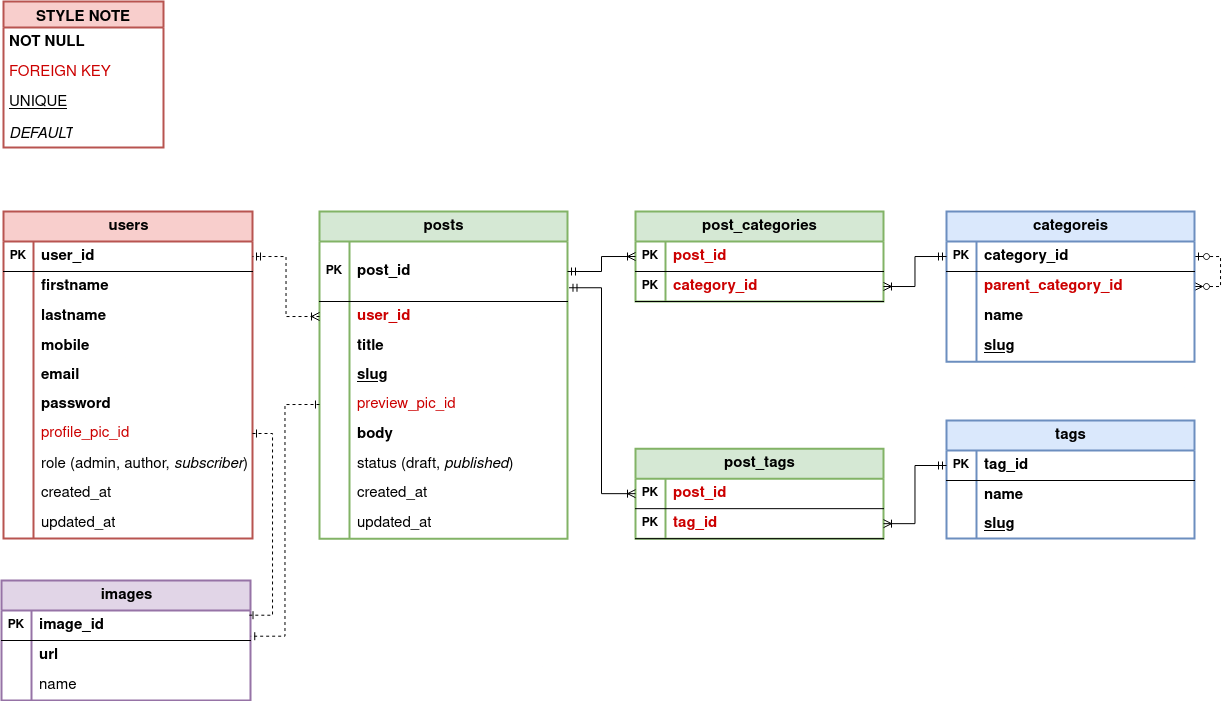
Earlier version of the draw.io export assets/rdm.png (ttasc/sgublogsite). Source tidied: cells renumbered, new cells last; positions are measured from the earlier drawing's top-left corner, leaving out a move shared by most shapes.
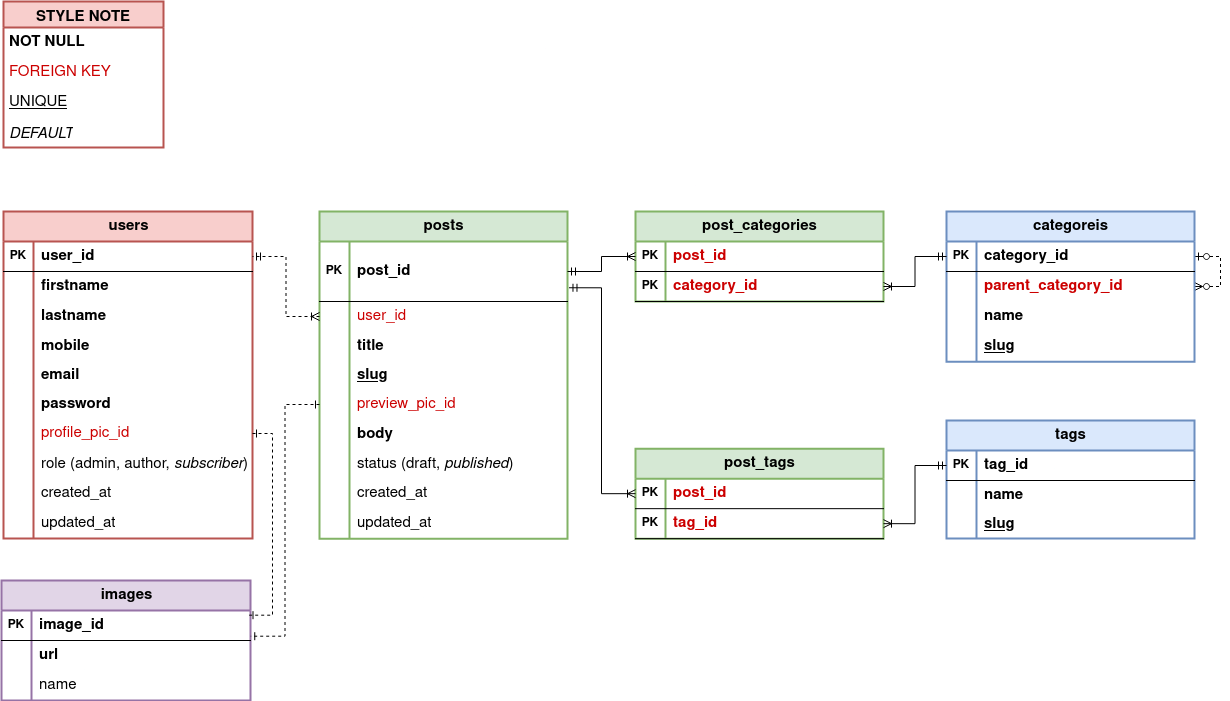
Above is the later version.

What changed in the source:
```diff
@@ -145,13 +145,13 @@
     <mxCell id="47" value="post_id" style="shape=partialRectangle;fillColor=none;top=0;left=0;bottom=0;right=0;align=left;spacingLeft=6;fontStyle=1;overflow=hidden;whiteSpace=wrap;html=1;fontSize=15;" parent="45" vertex="1">
       <mxGeometry x="30" width="218" height="60" as="geometry" />
     </mxCell>
-    <mxCell id="48" style="shape=tableRow;horizontal=0;startSize=0;swimlaneHead=0;swimlaneBody=0;fillColor=none;points=[[0,0.5],[1,0.5]];portConstraint=eastwest;top=0;left=0;right=0;bottom=0;" parent="44" vertex="1">
+    <mxCell id="48" style="shape=tableRow;horizontal=0;startSize=0;swimlaneHead=0;swimlaneBody=0;fillColor=none;points=[[0,0.5],[1,0.5]];portConstraint=eastwest;top=0;left=0;right=0;bottom=0;fontStyle=0;" parent="44" vertex="1">
       <mxGeometry y="90" width="248" height="30" as="geometry" />
     </mxCell>
     <mxCell id="49" style="shape=partialRectangle;fillColor=none;top=0;left=0;bottom=0;right=0;overflow=hidden;whiteSpace=wrap;html=1;" parent="48" vertex="1">
       <mxGeometry width="30" height="30" as="geometry" />
     </mxCell>
-    <mxCell id="50" value="user_id" style="shape=partialRectangle;fillColor=none;top=0;left=0;bottom=0;right=0;align=left;spacingLeft=6;overflow=hidden;whiteSpace=wrap;html=1;fontColor=light-dark(#CC0000,#000000);fontStyle=1;fontSize=15;" parent="48" vertex="1">
+    <mxCell id="50" value="user_id" style="shape=partialRectangle;fillColor=none;top=0;left=0;bottom=0;right=0;align=left;spacingLeft=6;overflow=hidden;whiteSpace=wrap;html=1;fontColor=light-dark(#CC0000,#000000);fontStyle=0;fontSize=15;" parent="48" vertex="1">
       <mxGeometry x="30" width="218" height="30" as="geometry" />
     </mxCell>
     <mxCell id="51" style="shape=tableRow;horizontal=0;startSize=0;swimlaneHead=0;swimlaneBody=0;fillColor=none;top=0;left=0;right=0;bottom=0;" parent="44" vertex="1">
```
